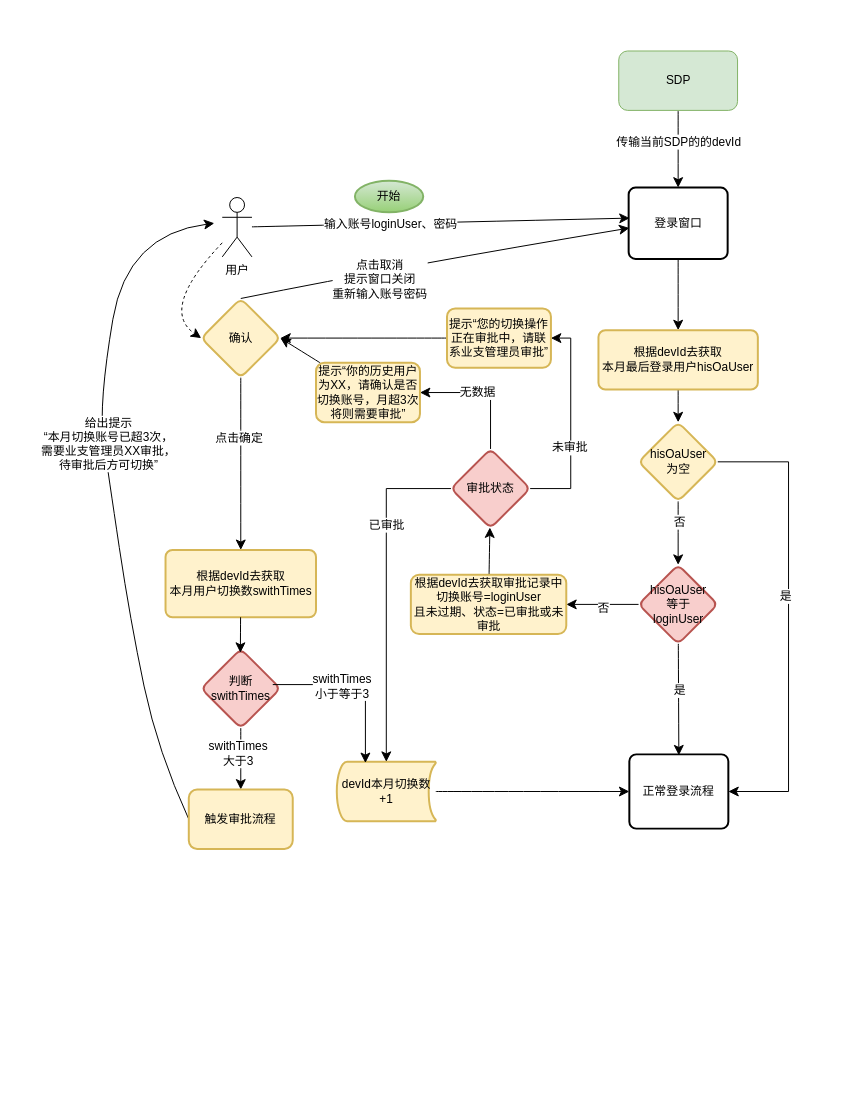
This is page "SDP结合登录流程图-2" (16 of 18) of 系统功能流程图/铁塔4A2024.drawio from 158698706/tt4a, a draw.io file, before an edit. Source tidied: cells renumbered, new cells numbered last; positions are measured from the earlier drawing's top-left corner, leaving out a move shared by most shapes. Both pictures are drawn from the tidied source at 99%, with x=0, y=0 at pixel (98, 50).
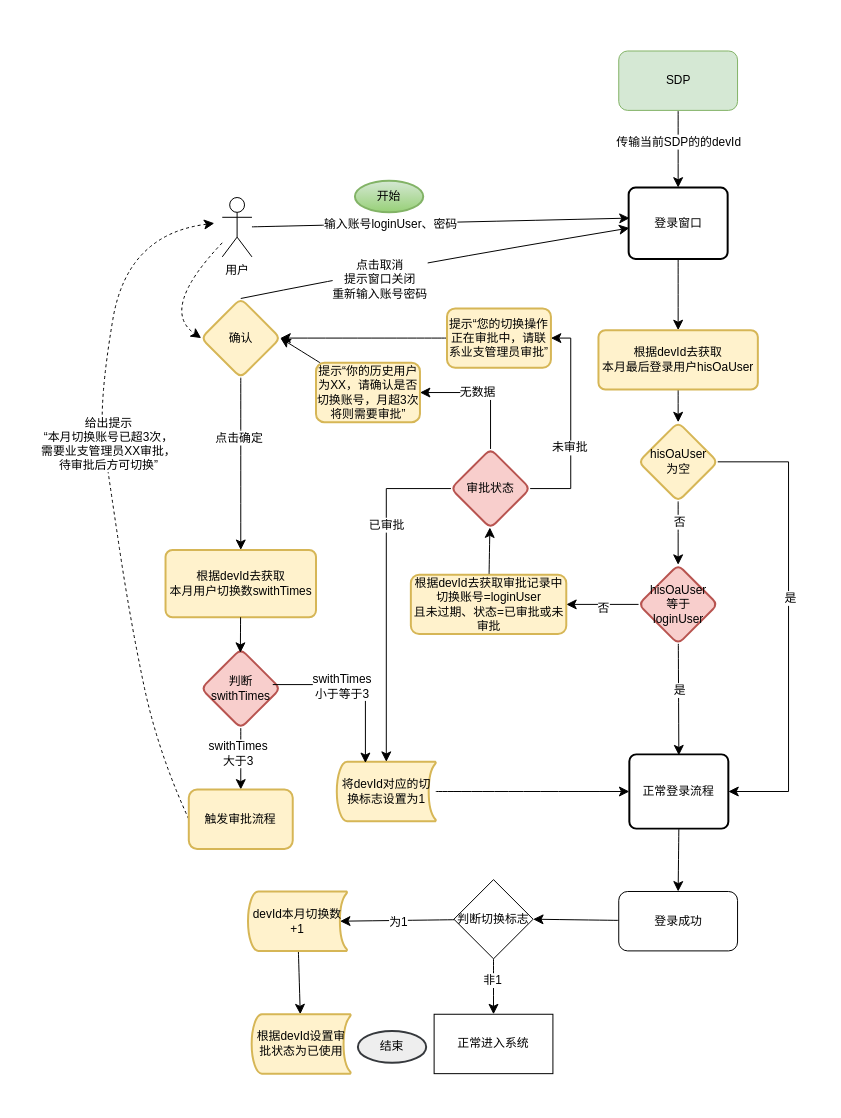
The same diagram, later.

The change refers to these unchanged cells:
```xml
<mxCell id="27" value="正常登录流程" style="rounded=1;whiteSpace=wrap;html=1;absoluteArcSize=1;arcSize=14;strokeWidth=2;" parent="1" vertex="1">
  <mxGeometry x="536.2" y="710.5" width="100" height="75" as="geometry" />
</mxCell>
<mxCell id="41" style="edgeStyle=orthogonalEdgeStyle;rounded=0;jettySize=auto;html=1;entryX=1;entryY=0.5;entryDx=0;entryDy=0;fontSize=12;startSize=8;endSize=8;" parent="1" edge="1" source="45" target="27">
  <mxGeometry relative="1" as="geometry">
    <Array as="points">
      <mxPoint x="697" y="415" />
      <mxPoint x="697" y="748" />
    </Array>
  </mxGeometry>
</mxCell>
<mxCell id="55" value="触发审批流程" style="whiteSpace=wrap;html=1;rounded=1;arcSize=14;strokeWidth=2;fillColor=#fff2cc;strokeColor=#d6b656;" parent="1" vertex="1">
  <mxGeometry x="91.2" y="746" width="105" height="60" as="geometry" />
</mxCell>
```

Diff of the diagram source:
```diff
@@
+    <mxCell id="56" style="verticalLabelPosition=bottom;verticalAlign=top;html=1;shape=mxgraph.basic.rect;fillColor2=none;strokeWidth=1;size=20;indent=5;strokeColor=none;" parent="1" vertex="1">
+      <mxGeometry x="-82" y="-34" width="815" height="1095" as="geometry" />
+    </mxCell>
@@
-    <mxCell id="26" value="devId本月切换数&lt;div&gt;+1&lt;/div&gt;" style="strokeWidth=2;html=1;shape=mxgraph.flowchart.stored_data;whiteSpace=wrap;fillColor=#fff2cc;strokeColor=#d6b656;" parent="1" vertex="1">
+    <mxCell id="26" value="将devId对应的切换标志设置为1" style="strokeWidth=2;html=1;shape=mxgraph.flowchart.stored_data;whiteSpace=wrap;fillColor=#fff2cc;strokeColor=#d6b656;" parent="1" vertex="1">
       <mxGeometry x="240.7" y="718" width="100" height="60" as="geometry" />
     </mxCell>
+    <mxCell id="57" style="edgeStyle=none;curved=1;rounded=0;jettySize=auto;html=1;exitX=0.5;exitY=1;exitDx=0;exitDy=0;entryX=0.5;entryY=0;entryDx=0;entryDy=0;fontSize=12;startSize=8;endSize=8;" parent="1" edge="1" source="27" target="64">
+      <mxGeometry relative="1" as="geometry" />
+    </mxCell>
@@
-    <mxCell id="28" style="edgeStyle=none;curved=1;rounded=0;jettySize=auto;html=1;fontSize=12;startSize=8;endSize=8;exitX=0;exitY=0.5;exitDx=0;exitDy=0;" parent="1" edge="1" source="55">
+    <mxCell id="28" style="edgeStyle=none;curved=1;rounded=0;jettySize=auto;html=1;fontSize=12;startSize=8;endSize=8;exitX=0;exitY=0.5;exitDx=0;exitDy=0;dashed=1;" parent="1" edge="1" source="55">
       <mxGeometry relative="1" as="geometry">
         <mxPoint x="117" y="174" as="targetPoint" />
         <Array as="points">
           <mxPoint x="60" y="708" />
           <mxPoint x="32" y="575" />
           <mxPoint x="10" y="428" />
           <mxPoint y="357" />
           <mxPoint x="29" y="185" />
         </Array>
       </mxGeometry>
     </mxCell>
@@
     <mxCell id="42" value="是" style="edgeLabel;html=1;align=center;verticalAlign=middle;fontSize=12;" parent="41" vertex="1">
-      <mxGeometry x="-0.11" y="-4" relative="1" as="geometry" />
+      <mxGeometry x="-0.11" y="-4" relative="1" as="geometry">
+        <mxPoint x="5" y="2" as="offset" />
+      </mxGeometry>
     </mxCell>
@@
+    <mxCell id="58" style="edgeStyle=none;curved=1;rounded=0;jettySize=auto;html=1;fontSize=12;startSize=8;endSize=8;" parent="1" edge="1" source="59" target="67">
+      <mxGeometry relative="1" as="geometry" />
+    </mxCell>
+    <mxCell id="59" value="devId本月切换数&lt;div&gt;+1&lt;/div&gt;" style="strokeWidth=2;html=1;shape=mxgraph.flowchart.stored_data;whiteSpace=wrap;fillColor=#fff2cc;strokeColor=#d6b656;" parent="1" vertex="1">
+      <mxGeometry x="151" y="849" width="100" height="60" as="geometry" />
+    </mxCell>
+    <mxCell id="60" style="edgeStyle=none;curved=1;rounded=0;jettySize=auto;html=1;fontSize=12;startSize=8;endSize=8;" parent="1" edge="1" source="62" target="68">
+      <mxGeometry relative="1" as="geometry" />
+    </mxCell>
+    <mxCell id="61" value="非1" style="edgeLabel;html=1;align=center;verticalAlign=middle;fontSize=12;" parent="60" vertex="1">
+      <mxGeometry x="-0.26" y="-2" relative="1" as="geometry" />
+    </mxCell>
+    <mxCell id="62" value="判断切换标志" style="rhombus;whiteSpace=wrap;html=1;" parent="1" vertex="1">
+      <mxGeometry x="359" y="837" width="80" height="80" as="geometry" />
+    </mxCell>
+    <mxCell id="63" style="edgeStyle=none;curved=1;rounded=0;jettySize=auto;html=1;entryX=1;entryY=0.5;entryDx=0;entryDy=0;fontSize=12;startSize=8;endSize=8;" parent="1" edge="1" source="64" target="62">
+      <mxGeometry relative="1" as="geometry" />
+    </mxCell>
+    <mxCell id="64" value="登录成功" style="rounded=1;whiteSpace=wrap;html=1;" parent="1" vertex="1">
+      <mxGeometry x="525.5" y="849" width="120" height="60" as="geometry" />
+    </mxCell>
+    <mxCell id="65" style="edgeStyle=none;curved=1;rounded=0;jettySize=auto;html=1;entryX=0.93;entryY=0.5;entryDx=0;entryDy=0;entryPerimeter=0;fontSize=12;startSize=8;endSize=8;" parent="1" edge="1" source="62" target="59">
+      <mxGeometry relative="1" as="geometry" />
+    </mxCell>
+    <mxCell id="66" value="为1" style="edgeLabel;html=1;align=center;verticalAlign=middle;fontSize=12;" parent="65" vertex="1">
+      <mxGeometry x="-0.02" y="1" relative="1" as="geometry" />
+    </mxCell>
+    <mxCell id="67" value="根据devId设置审批状态为已使用" style="strokeWidth=2;html=1;shape=mxgraph.flowchart.stored_data;whiteSpace=wrap;fillColor=#fff2cc;strokeColor=#d6b656;" parent="1" vertex="1">
+      <mxGeometry x="154.7" y="973" width="100" height="60" as="geometry" />
+    </mxCell>
+    <mxCell id="68" value="正常进入系统" style="whiteSpace=wrap;html=1;" parent="1" vertex="1">
+      <mxGeometry x="339" y="973" width="120" height="60" as="geometry" />
+    </mxCell>
+    <mxCell id="69" value="结束" style="strokeWidth=2;html=1;shape=mxgraph.flowchart.start_1;whiteSpace=wrap;fillColor=#eeeeee;strokeColor=#36393d;" parent="1" vertex="1">
+      <mxGeometry x="262" y="990" width="69" height="32" as="geometry" />
+    </mxCell>
```
